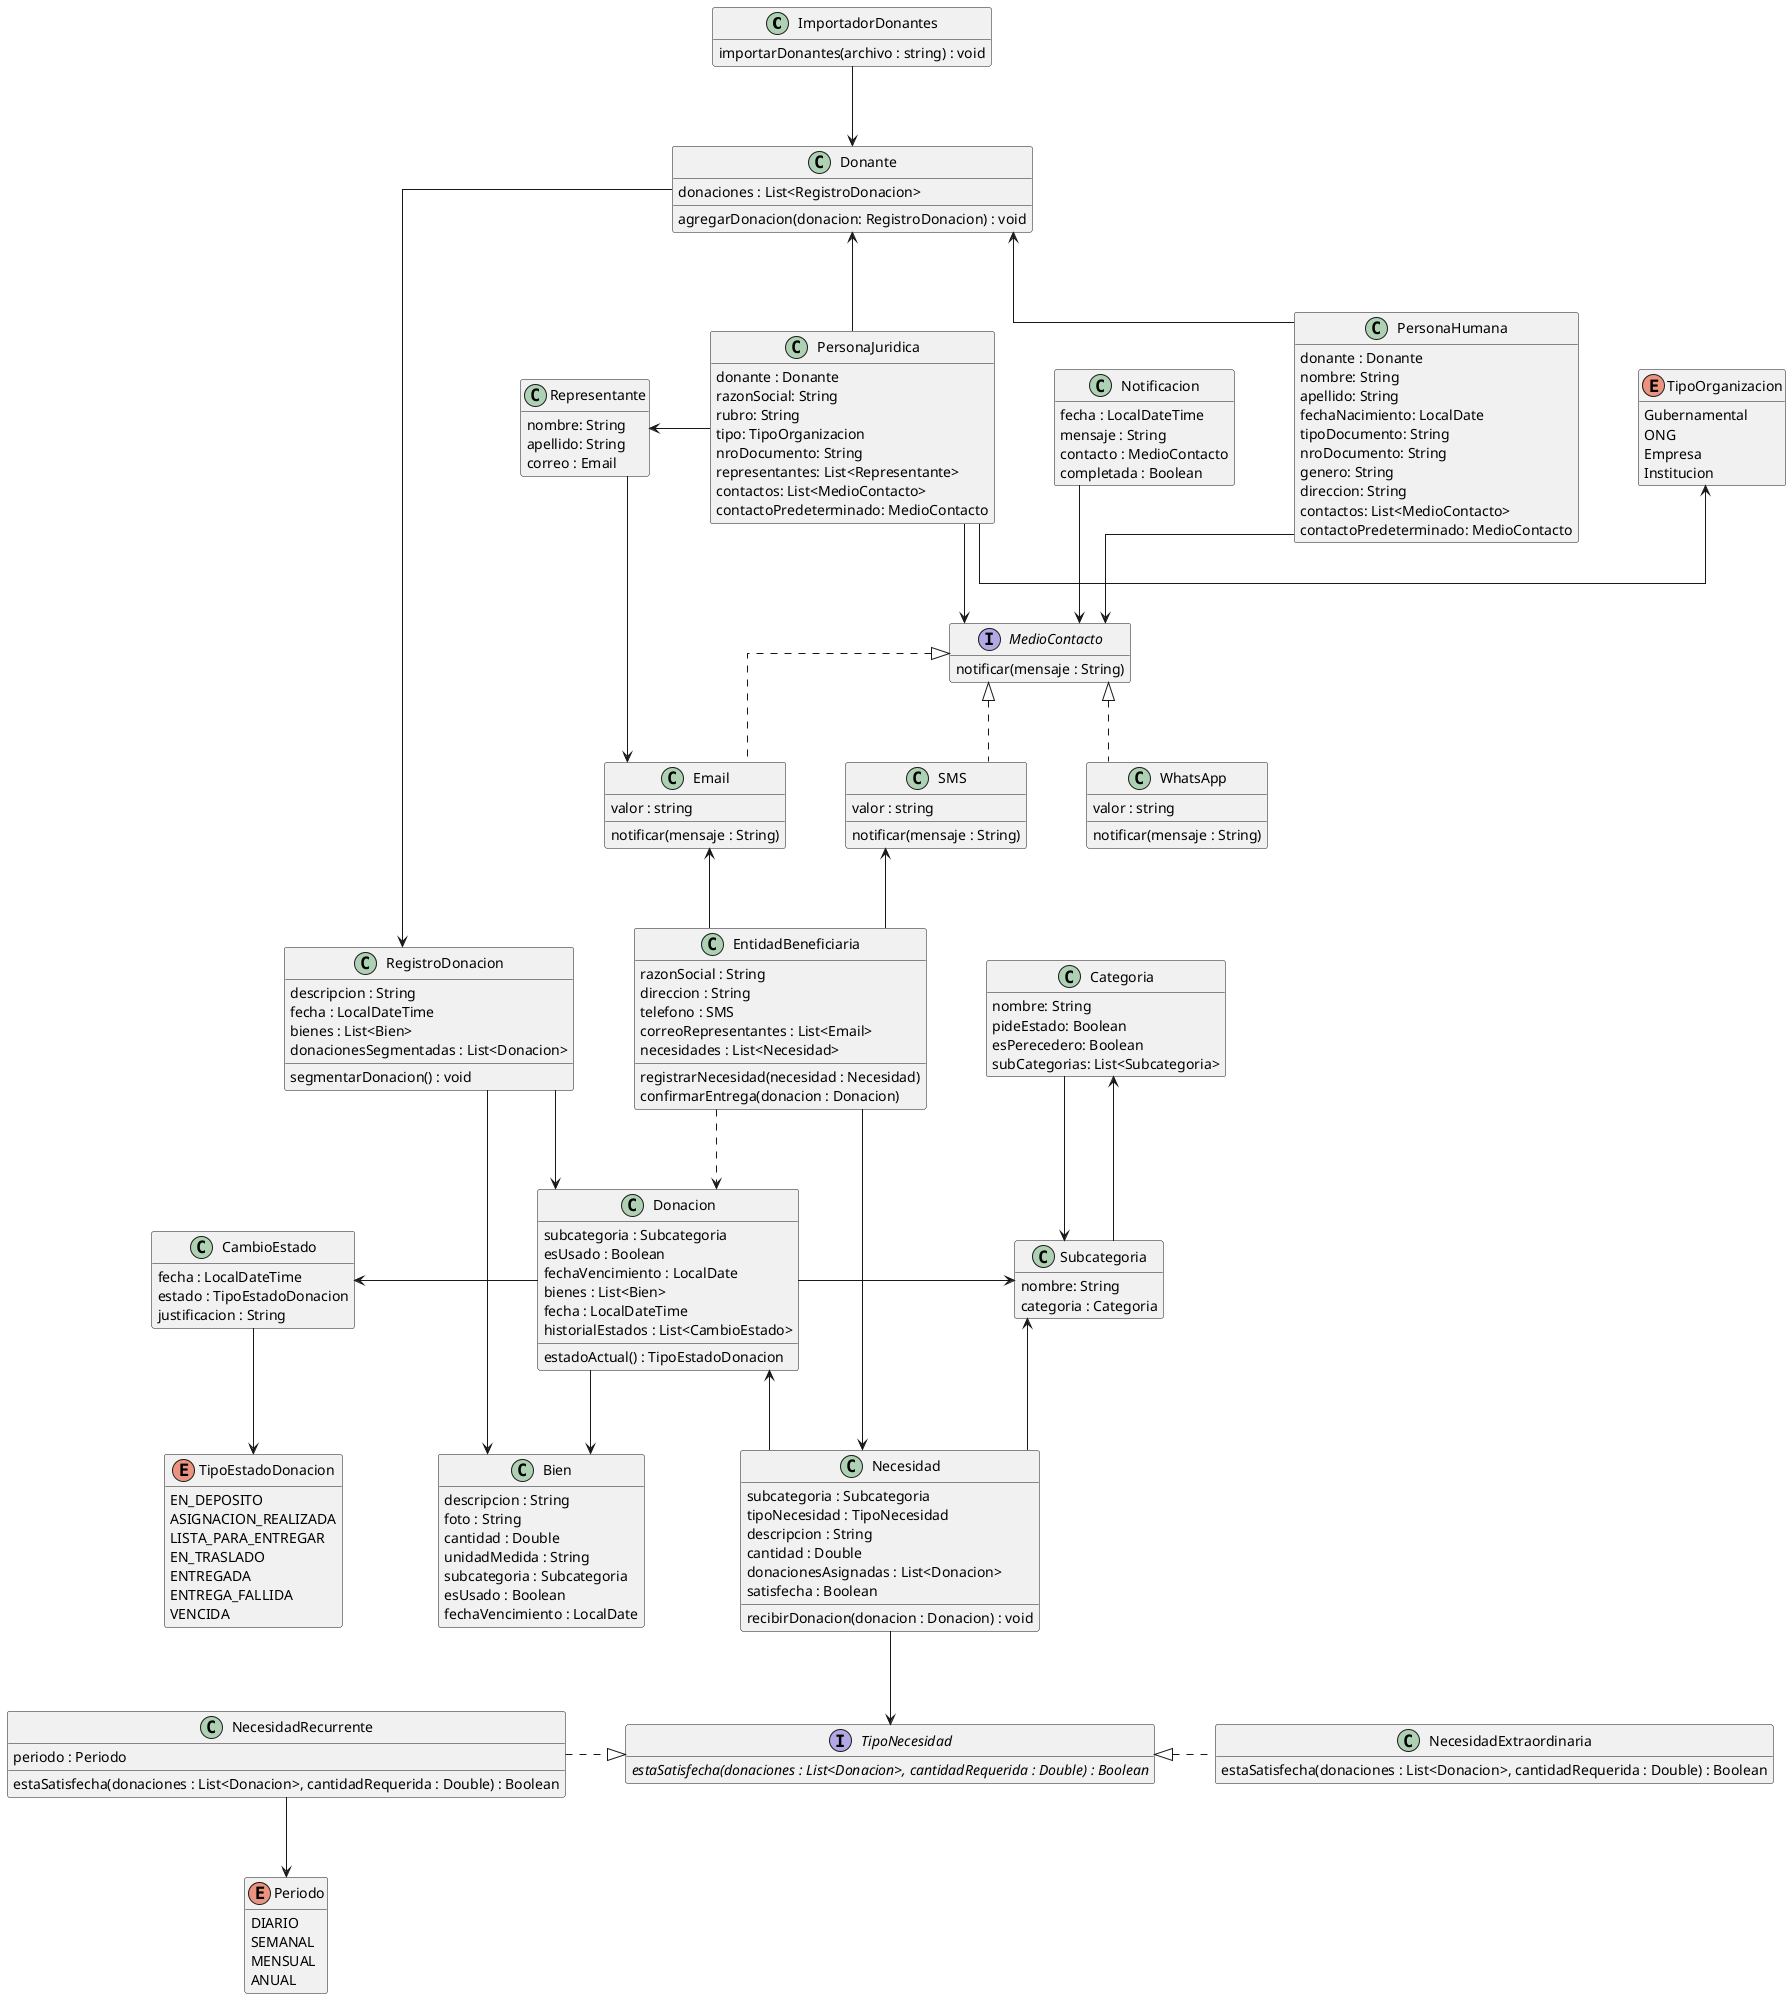
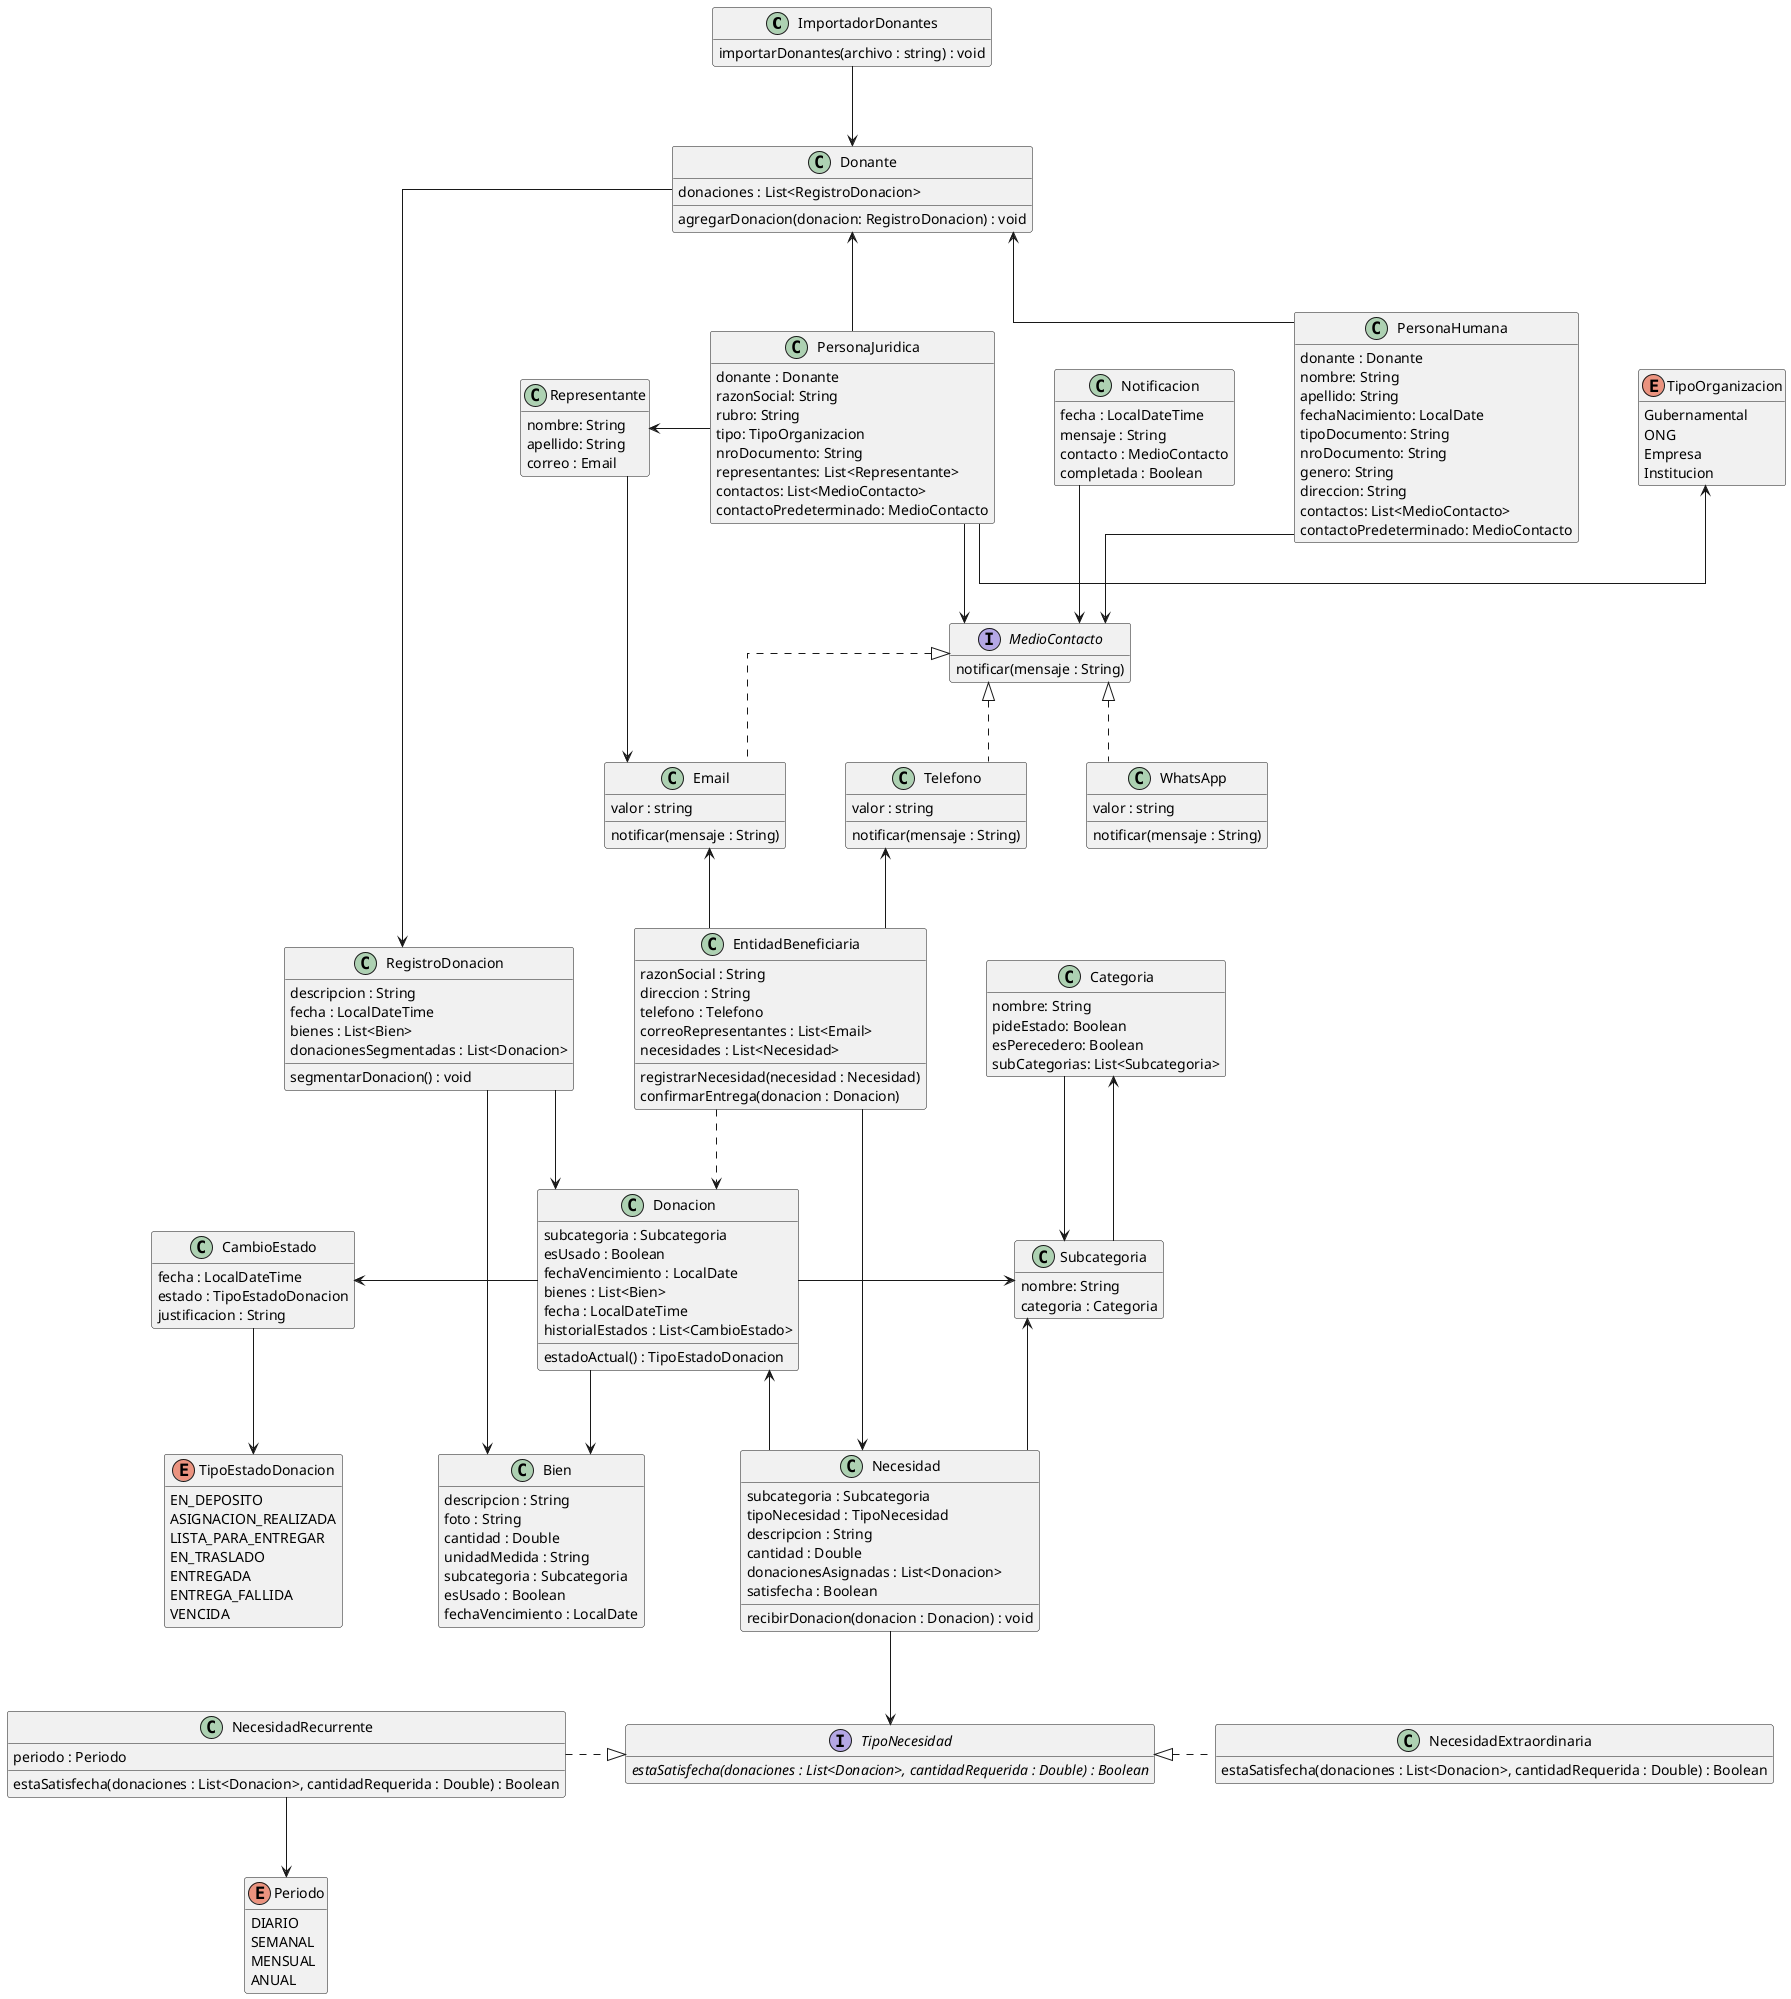
@startuml DonaTrack
skinparam classAttributeIconSize 0
skinparam linetype ortho
skinparam nodesep 60
skinparam ranksep 80
hide empty members

class ImportadorDonantes {
  importarDonantes(archivo : string) : void
}

class Donante {
  donaciones : List<RegistroDonacion>
  agregarDonacion(donacion: RegistroDonacion) : void
}

class PersonaHumana {
  donante : Donante
  nombre: String
  apellido: String
  fechaNacimiento: LocalDate
  tipoDocumento: String
  nroDocumento: String
  genero: String
  direccion: String
  contactos: List<MedioContacto>
  contactoPredeterminado: MedioContacto
}

class PersonaJuridica {
  donante : Donante
  razonSocial: String
  rubro: String
  tipo: TipoOrganizacion
  nroDocumento: String
  representantes: List<Representante>
  contactos: List<MedioContacto>
  contactoPredeterminado: MedioContacto
}

class Representante {
  nombre: String
  apellido: String
  correo : Email
}

enum TipoOrganizacion {
  Gubernamental
  ONG
  Empresa
  Institucion
}

interface MedioContacto {
  notificar(mensaje : String)
}

class Email {
  valor : string
  notificar(mensaje : String)
}

- class SMS {
+ class Telefono {
  valor : string
  notificar(mensaje : String)
}

class WhatsApp {
  valor : string
  notificar(mensaje : String)
}

class RegistroDonacion {
  descripcion : String
  fecha : LocalDateTime
  bienes : List<Bien>
  donacionesSegmentadas : List<Donacion>
  segmentarDonacion() : void
}

class Donacion {
  subcategoria : Subcategoria
  esUsado : Boolean
  fechaVencimiento : LocalDate
  bienes : List<Bien>
  fecha : LocalDateTime
  historialEstados : List<CambioEstado>
  estadoActual() : TipoEstadoDonacion
}

class CambioEstado {
  fecha : LocalDateTime
  estado : TipoEstadoDonacion
  justificacion : String
}

enum TipoEstadoDonacion {
  EN_DEPOSITO
  ASIGNACION_REALIZADA
  LISTA_PARA_ENTREGAR
  EN_TRASLADO
  ENTREGADA
  ENTREGA_FALLIDA
  VENCIDA
}

class Categoria {
  nombre: String
  pideEstado: Boolean
  esPerecedero: Boolean
  subCategorias: List<Subcategoria>
}

class Subcategoria {
  nombre: String
  categoria : Categoria
}

class Bien {
  descripcion : String
  foto : String
  cantidad : Double
  unidadMedida : String
  subcategoria : Subcategoria
  esUsado : Boolean
  fechaVencimiento : LocalDate
}

class EntidadBeneficiaria {
  razonSocial : String
  direccion : String
-   telefono : SMS
+   telefono : Telefono
  correoRepresentantes : List<Email>
  necesidades : List<Necesidad>
  registrarNecesidad(necesidad : Necesidad)
  confirmarEntrega(donacion : Donacion)
}

class Necesidad {
  subcategoria : Subcategoria
  tipoNecesidad : TipoNecesidad
  descripcion : String
  cantidad : Double
  donacionesAsignadas : List<Donacion>
  satisfecha : Boolean
  recibirDonacion(donacion : Donacion) : void
}

interface TipoNecesidad {
  {abstract} estaSatisfecha(donaciones : List<Donacion>, cantidadRequerida : Double) : Boolean
}

class NecesidadExtraordinaria {
  estaSatisfecha(donaciones : List<Donacion>, cantidadRequerida : Double) : Boolean
}

class NecesidadRecurrente {
  periodo : Periodo
  estaSatisfecha(donaciones : List<Donacion>, cantidadRequerida : Double) : Boolean
}

enum Periodo {
  DIARIO
  SEMANAL
  MENSUAL
  ANUAL
}

class Notificacion {
  fecha : LocalDateTime
  mensaje : String
  contacto : MedioContacto
  completada : Boolean
}

' --- RELACIONES ---

ImportadorDonantes -down-> Donante

MedioContacto <|.. Email
- MedioContacto <|.. SMS
+ MedioContacto <|.. Telefono
MedioContacto <|.. WhatsApp
Notificacion --> MedioContacto

PersonaHumana -up-> Donante
PersonaJuridica -up-> Donante
PersonaJuridica -left-> Representante
PersonaJuridica -right-> TipoOrganizacion

PersonaHumana -down-> MedioContacto
PersonaJuridica -down-> MedioContacto
Representante --> Email
- EntidadBeneficiaria -up-> SMS
+ EntidadBeneficiaria -up-> Telefono
EntidadBeneficiaria -up-> Email
EntidadBeneficiaria .down.> Donacion

Donante -down-> RegistroDonacion
RegistroDonacion -down-> Donacion
RegistroDonacion --> Bien
Donacion -right-> Subcategoria
Donacion -down-> Bien
Categoria -down-> Subcategoria
Subcategoria -up-> Categoria

Donacion -left-> CambioEstado
CambioEstado -down-> TipoEstadoDonacion

EntidadBeneficiaria -down-> Necesidad
Necesidad -left-> Subcategoria
Necesidad -up-> Donacion

Necesidad --> TipoNecesidad
NecesidadExtraordinaria .left.|> TipoNecesidad
NecesidadRecurrente .right.|> TipoNecesidad
NecesidadRecurrente --> Periodo

@enduml
